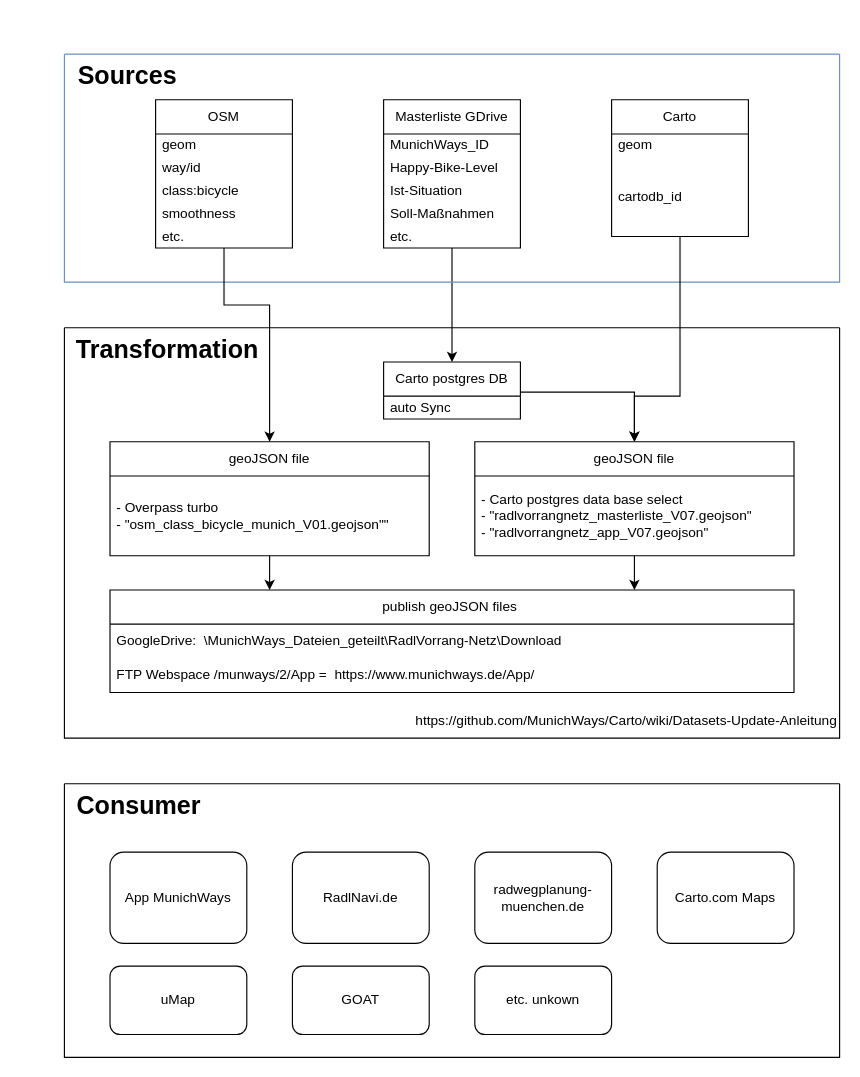
This is MunichWays-Overview.drawio from MunichWays/.github, a draw.io file, before an edit. Source tidied: cells renumbered, new cells numbered last; positions are measured from the earlier drawing's top-left corner, leaving out a move shared by most shapes. Both pictures are drawn from the tidied source at 114%, with x=0, y=0 at pixel (64, 54).
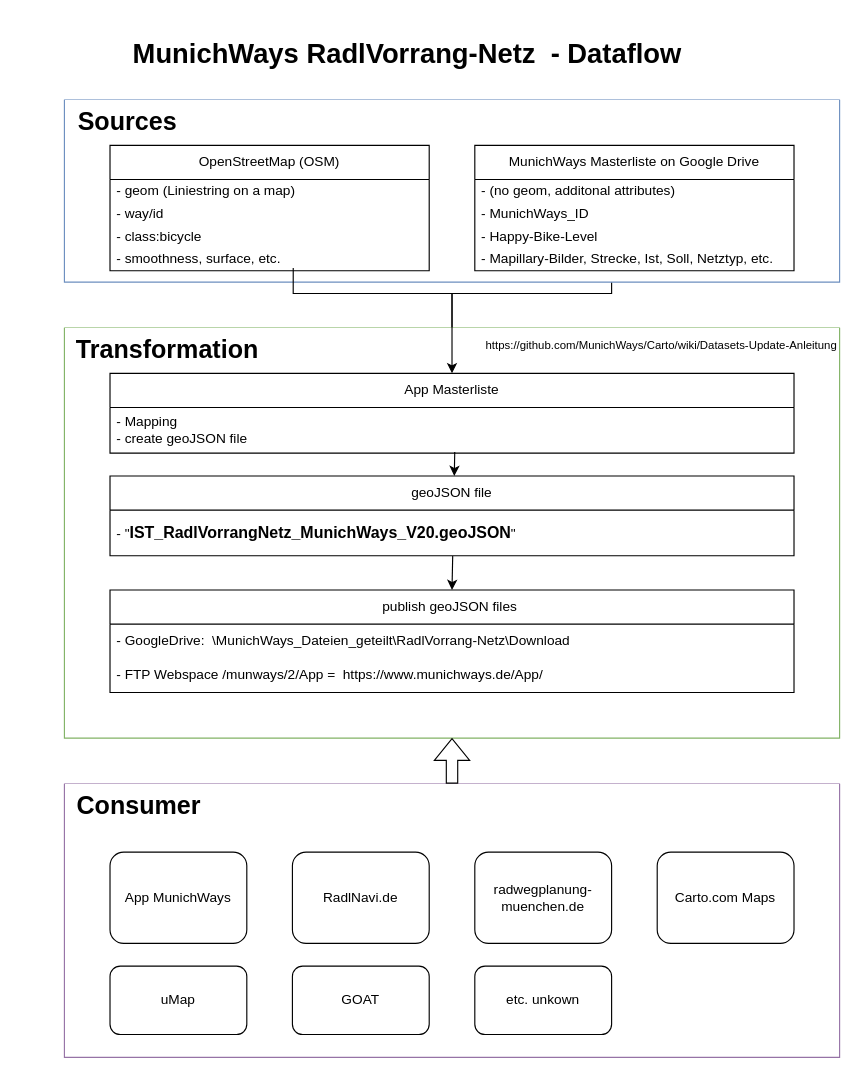
The same diagram, later.

The change refers to these unchanged cells:
```xml
<mxCell id="37" value="publish geoJSON files&amp;nbsp;" style="swimlane;fontStyle=0;horizontal=1;startSize=30;whiteSpace=wrap;html=1;" parent="29" vertex="1">
  <mxGeometry x="40" y="230" width="600" height="90" as="geometry" />
</mxCell>
```

The edit, as a diff of the source:
```diff
@@
-    <mxCell id="2" style="edgeStyle=orthogonalEdgeStyle;rounded=0;jettySize=auto;html=1;" parent="1" edge="1" source="3" target="35">
-      <mxGeometry relative="1" as="geometry" />
+    <mxCell id="2" style="edgeStyle=orthogonalEdgeStyle;rounded=0;jettySize=auto;html=1;entryX=0.5;entryY=0;entryDx=0;entryDy=0;" parent="1" edge="1" source="3" target="35">
+      <mxGeometry relative="1" as="geometry">
+        <Array as="points">
+          <mxPoint x="480" y="210" />
+          <mxPoint x="340" y="210" />
+        </Array>
+      </mxGeometry>
     </mxCell>
+    <mxCell id="9" style="swimlane;startSize=0;fillColor=#dae8fc;strokeColor=#6c8ebf;fillStyle=auto;gradientColor=none;swimlaneFillColor=default;" parent="1" vertex="1">
+      <mxGeometry y="40" width="680" height="160" as="geometry" />
+    </mxCell>
+    <mxCell id="10" value="&lt;b&gt;&lt;font style=&quot;font-size: 22px;&quot;&gt;Sources&lt;/font&gt;&lt;/b&gt;" style="text;html=1;align=center;verticalAlign=middle;strokeColor=none;fillColor=none;" parent="9" vertex="1">
+      <mxGeometry width="110" height="40" as="geometry" />
+    </mxCell>
+    <mxCell id="14" value="OpenStreetMap (OSM)" style="swimlane;fontStyle=0;horizontal=1;startSize=30;whiteSpace=wrap;html=1;" parent="9" vertex="1">
+      <mxGeometry x="40" y="40" width="280" height="110" as="geometry" />
+    </mxCell>
+    <mxCell id="15" value="- geom (Liniestring on a map)" style="text;strokeColor=none;fillColor=none;align=left;verticalAlign=middle;spacingLeft=4;spacingRight=4;overflow=hidden;whiteSpace=wrap;html=1;" parent="14" vertex="1">
+      <mxGeometry y="30" width="280" height="20" as="geometry" />
+    </mxCell>
+    <mxCell id="16" value="- way/id" style="text;strokeColor=none;fillColor=none;align=left;verticalAlign=middle;spacingLeft=4;spacingRight=4;overflow=hidden;whiteSpace=wrap;html=1;" parent="14" vertex="1">
+      <mxGeometry y="50" width="280" height="20" as="geometry" />
+    </mxCell>
+    <mxCell id="17" value="- class:bicycle" style="text;strokeColor=none;fillColor=none;align=left;verticalAlign=middle;spacingLeft=4;spacingRight=4;overflow=hidden;whiteSpace=wrap;html=1;" parent="14" vertex="1">
+      <mxGeometry y="70" width="280" height="20" as="geometry" />
+    </mxCell>
+    <mxCell id="18" value="- smoothness, surface, etc." style="text;strokeColor=none;fillColor=none;align=left;verticalAlign=middle;spacingLeft=4;spacingRight=4;overflow=hidden;points=[[0,0.5],[1,0.5]];portConstraint=eastwest;whiteSpace=wrap;html=1;" parent="14" vertex="1">
+      <mxGeometry y="90" width="280" height="20" as="geometry" />
+    </mxCell>
-    <mxCell id="3" value="Masterliste GDrive" style="swimlane;fontStyle=0;horizontal=1;startSize=30;whiteSpace=wrap;html=1;" parent="1" vertex="1">
-      <mxGeometry x="280" y="40" width="120" height="130" as="geometry" />
+    <mxCell id="3" value="MunichWays Masterliste on Google Drive" style="swimlane;fontStyle=0;horizontal=1;startSize=30;whiteSpace=wrap;html=1;" parent="9" vertex="1">
+      <mxGeometry x="360" y="40" width="280" height="110" as="geometry" />
     </mxCell>
-    <mxCell id="4" value="MunichWays_ID" style="text;strokeColor=none;fillColor=none;align=left;verticalAlign=middle;spacingLeft=4;spacingRight=4;overflow=hidden;whiteSpace=wrap;html=1;" parent="3" vertex="1">
-      <mxGeometry y="30" width="120" height="20" as="geometry" />
+    <mxCell id="4" value="- (no geom, additonal attributes)" style="text;strokeColor=none;fillColor=none;align=left;verticalAlign=middle;spacingLeft=4;spacingRight=4;overflow=hidden;whiteSpace=wrap;html=1;" parent="3" vertex="1">
+      <mxGeometry y="30" width="280" height="20" as="geometry" />
     </mxCell>
-    <mxCell id="5" value="Happy-Bike-Level" style="text;strokeColor=none;fillColor=none;align=left;verticalAlign=middle;spacingLeft=4;spacingRight=4;overflow=hidden;whiteSpace=wrap;html=1;" parent="3" vertex="1">
-      <mxGeometry y="50" width="120" height="20" as="geometry" />
+    <mxCell id="5" value="- MunichWays_ID" style="text;strokeColor=none;fillColor=none;align=left;verticalAlign=middle;spacingLeft=4;spacingRight=4;overflow=hidden;whiteSpace=wrap;html=1;" parent="3" vertex="1">
+      <mxGeometry y="50" width="280" height="20" as="geometry" />
     </mxCell>
-    <mxCell id="6" value="Ist-Situation" style="text;strokeColor=none;fillColor=none;align=left;verticalAlign=middle;spacingLeft=4;spacingRight=4;overflow=hidden;whiteSpace=wrap;html=1;" parent="3" vertex="1">
-      <mxGeometry y="70" width="120" height="20" as="geometry" />
+    <mxCell id="6" value="- Happy-Bike-Level" style="text;strokeColor=none;fillColor=none;align=left;verticalAlign=middle;spacingLeft=4;spacingRight=4;overflow=hidden;whiteSpace=wrap;html=1;" parent="3" vertex="1">
+      <mxGeometry y="70" width="280" height="20" as="geometry" />
     </mxCell>
-    <mxCell id="7" value="Soll-Maßnahmen" style="text;strokeColor=none;fillColor=none;align=left;verticalAlign=middle;spacingLeft=4;spacingRight=4;overflow=hidden;whiteSpace=wrap;html=1;" parent="3" vertex="1">
-      <mxGeometry y="90" width="120" height="20" as="geometry" />
+    <mxCell id="7" value="- Mapillary-Bilder, Strecke, Ist, Soll, Netztyp, etc." style="text;strokeColor=none;fillColor=none;align=left;verticalAlign=middle;spacingLeft=4;spacingRight=4;overflow=hidden;whiteSpace=wrap;html=1;" parent="3" vertex="1">
+      <mxGeometry y="90" width="280" height="20" as="geometry" />
     </mxCell>
-    <mxCell id="8" value="etc." style="text;strokeColor=none;fillColor=none;align=left;verticalAlign=middle;spacingLeft=4;spacingRight=4;overflow=hidden;whiteSpace=wrap;html=1;" parent="3" vertex="1">
-      <mxGeometry y="110" width="120" height="20" as="geometry" />
-    </mxCell>
-    <mxCell id="9" style="swimlane;startSize=0;fillColor=#dae8fc;strokeColor=#6c8ebf;fillStyle=auto;" parent="1" vertex="1">
-      <mxGeometry width="680" height="200" as="geometry" />
-    </mxCell>
-    <mxCell id="10" value="&lt;b&gt;&lt;font style=&quot;font-size: 22px;&quot;&gt;Sources&lt;/font&gt;&lt;/b&gt;" style="text;html=1;align=center;verticalAlign=middle;strokeColor=none;fillColor=none;" parent="9" vertex="1">
-      <mxGeometry width="110" height="40" as="geometry" />
-    </mxCell>
-    <mxCell id="11" value="Carto" style="swimlane;fontStyle=0;horizontal=1;startSize=30;whiteSpace=wrap;html=1;" parent="9" vertex="1">
-      <mxGeometry x="480" y="40" width="120" height="120" as="geometry" />
-    </mxCell>
-    <mxCell id="12" value="geom" style="text;strokeColor=none;fillColor=none;align=left;verticalAlign=middle;spacingLeft=4;spacingRight=4;overflow=hidden;whiteSpace=wrap;html=1;" parent="11" vertex="1">
-      <mxGeometry y="30" width="120" height="20" as="geometry" />
-    </mxCell>
-    <mxCell id="13" value="cartodb_id" style="text;strokeColor=none;fillColor=none;align=left;verticalAlign=middle;spacingLeft=4;spacingRight=4;overflow=hidden;whiteSpace=wrap;html=1;" parent="11" vertex="1">
-      <mxGeometry y="50" width="120" height="70" as="geometry" />
-    </mxCell>
-    <mxCell id="14" value="OSM" style="swimlane;fontStyle=0;horizontal=1;startSize=30;whiteSpace=wrap;html=1;" parent="9" vertex="1">
-      <mxGeometry x="80" y="40" width="120" height="130" as="geometry" />
-    </mxCell>
-    <mxCell id="15" value="geom" style="text;strokeColor=none;fillColor=none;align=left;verticalAlign=middle;spacingLeft=4;spacingRight=4;overflow=hidden;whiteSpace=wrap;html=1;" parent="14" vertex="1">
-      <mxGeometry y="30" width="120" height="20" as="geometry" />
-    </mxCell>
-    <mxCell id="16" value="way/id" style="text;strokeColor=none;fillColor=none;align=left;verticalAlign=middle;spacingLeft=4;spacingRight=4;overflow=hidden;whiteSpace=wrap;html=1;" parent="14" vertex="1">
-      <mxGeometry y="50" width="120" height="20" as="geometry" />
-    </mxCell>
-    <mxCell id="17" value="class:bicycle" style="text;strokeColor=none;fillColor=none;align=left;verticalAlign=middle;spacingLeft=4;spacingRight=4;overflow=hidden;whiteSpace=wrap;html=1;" parent="14" vertex="1">
-      <mxGeometry y="70" width="120" height="20" as="geometry" />
-    </mxCell>
-    <mxCell id="18" value="smoothness" style="text;strokeColor=none;fillColor=none;align=left;verticalAlign=middle;spacingLeft=4;spacingRight=4;overflow=hidden;points=[[0,0.5],[1,0.5]];portConstraint=eastwest;whiteSpace=wrap;html=1;" parent="14" vertex="1">
-      <mxGeometry y="90" width="120" height="20" as="geometry" />
-    </mxCell>
-    <mxCell id="19" value="etc." style="text;strokeColor=none;fillColor=none;align=left;verticalAlign=middle;spacingLeft=4;spacingRight=4;overflow=hidden;whiteSpace=wrap;html=1;" parent="14" vertex="1">
-      <mxGeometry y="110" width="120" height="20" as="geometry" />
-    </mxCell>
-    <mxCell id="20" style="swimlane;startSize=0;" parent="1" vertex="1">
+    <mxCell id="20" style="swimlane;startSize=0;fillColor=#e1d5e7;strokeColor=#9673a6;swimlaneFillColor=default;" parent="1" vertex="1">
       <mxGeometry y="640" width="680" height="240" as="geometry" />
     </mxCell>
@@
-    <mxCell id="29" style="swimlane;startSize=0;" parent="1" vertex="1">
+    <mxCell id="29" style="swimlane;startSize=0;fillColor=#d5e8d4;strokeColor=#82b366;swimlaneFillColor=default;" parent="1" vertex="1">
       <mxGeometry y="240" width="680" height="360" as="geometry" />
     </mxCell>
@@
     <mxCell id="31" value="geoJSON file" style="swimlane;fontStyle=0;horizontal=1;startSize=30;whiteSpace=wrap;html=1;" parent="29" vertex="1">
-      <mxGeometry x="40" y="100" width="280" height="100" as="geometry" />
+      <mxGeometry x="40" y="130" width="600" height="70" as="geometry" />
     </mxCell>
-    <mxCell id="32" value="- Overpass turbo&lt;br&gt;- &quot;osm_class_bicycle_munich_V01.geojson&quot;&quot;" style="text;strokeColor=none;fillColor=none;align=left;verticalAlign=middle;spacingLeft=4;spacingRight=4;overflow=hidden;points=[[0,0.5],[1,0.5]];portConstraint=eastwest;whiteSpace=wrap;html=1;" parent="31" vertex="1">
-      <mxGeometry y="30" width="280" height="70" as="geometry" />
+    <mxCell id="32" value="- &quot;&lt;b&gt;&lt;font style=&quot;font-size: 14px;&quot;&gt;IST_RadlVorrangNetz_MunichWays_V20.geoJSON&lt;/font&gt;&lt;/b&gt;&quot;" style="text;strokeColor=none;fillColor=none;align=left;verticalAlign=middle;spacingLeft=4;spacingRight=4;overflow=hidden;points=[[0,0.5],[1,0.5]];portConstraint=eastwest;whiteSpace=wrap;html=1;" parent="31" vertex="1">
+      <mxGeometry y="30" width="600" height="40" as="geometry" />
     </mxCell>
-    <mxCell id="33" value="https://github.com/MunichWays/Carto/wiki/Datasets-Update-Anleitung" style="text;html=1;strokeColor=none;fillColor=none;align=right;verticalAlign=middle;whiteSpace=wrap;rounded=0;" parent="29" vertex="1">
-      <mxGeometry y="330" width="680" height="30" as="geometry" />
-    </mxCell>
-    <mxCell id="34" style="edgeStyle=orthogonalEdgeStyle;rounded=0;jettySize=auto;html=1;exitX=1.003;exitY=-0.176;exitDx=0;exitDy=0;exitPerimeter=0;" parent="29" edge="1" source="36" target="40">
-      <mxGeometry relative="1" as="geometry" />
-    </mxCell>
-    <mxCell id="35" value="Carto postgres DB" style="swimlane;fontStyle=0;horizontal=1;startSize=30;whiteSpace=wrap;html=1;" parent="29" vertex="1">
-      <mxGeometry x="280" y="30" width="120" height="50" as="geometry" />
+    <mxCell id="35" value="App Masterliste" style="swimlane;fontStyle=0;horizontal=1;startSize=30;whiteSpace=wrap;html=1;" parent="29" vertex="1">
+      <mxGeometry x="40" y="40" width="600" height="70" as="geometry" />
     </mxCell>
-    <mxCell id="36" value="auto Sync" style="text;strokeColor=none;fillColor=none;align=left;verticalAlign=middle;spacingLeft=4;spacingRight=4;overflow=hidden;points=[[0,0.5],[1,0.5]];portConstraint=eastwest;whiteSpace=wrap;html=1;" parent="35" vertex="1">
-      <mxGeometry y="30" width="120" height="20" as="geometry" />
+    <mxCell id="36" value="- Mapping&lt;br&gt;- create geoJSON file" style="text;strokeColor=none;fillColor=none;align=left;verticalAlign=middle;spacingLeft=4;spacingRight=4;overflow=hidden;points=[[0,0.5],[1,0.5]];portConstraint=eastwest;whiteSpace=wrap;html=1;" parent="35" vertex="1">
+      <mxGeometry y="30" width="600" height="40" as="geometry" />
     </mxCell>
@@
-    <mxCell id="38" value="GoogleDrive:&amp;nbsp; \MunichWays_Dateien_geteilt\RadlVorrang-Netz\Download&amp;nbsp;" style="text;strokeColor=none;fillColor=none;align=left;verticalAlign=middle;spacingLeft=4;spacingRight=4;overflow=hidden;whiteSpace=wrap;html=1;" parent="37" vertex="1">
+    <mxCell id="38" value="- GoogleDrive:&amp;nbsp; \MunichWays_Dateien_geteilt\RadlVorrang-Netz\Download&amp;nbsp;" style="text;strokeColor=none;fillColor=none;align=left;verticalAlign=middle;spacingLeft=4;spacingRight=4;overflow=hidden;whiteSpace=wrap;html=1;" parent="37" vertex="1">
       <mxGeometry y="30" width="600" height="30" as="geometry" />
     </mxCell>
-    <mxCell id="39" value="FTP Webspace /munways/2/App =&amp;nbsp; https://www.munichways.de/App/&amp;nbsp;" style="text;strokeColor=none;fillColor=none;align=left;verticalAlign=middle;spacingLeft=4;spacingRight=4;overflow=hidden;whiteSpace=wrap;html=1;" parent="37" vertex="1">
+    <mxCell id="39" value="- FTP Webspace /munways/2/App =&amp;nbsp; https://www.munichways.de/App/&amp;nbsp;" style="text;strokeColor=none;fillColor=none;align=left;verticalAlign=middle;spacingLeft=4;spacingRight=4;overflow=hidden;whiteSpace=wrap;html=1;" parent="37" vertex="1">
       <mxGeometry y="60" width="600" height="30" as="geometry" />
     </mxCell>
-    <mxCell id="40" value="geoJSON file" style="swimlane;fontStyle=0;horizontal=1;startSize=30;whiteSpace=wrap;html=1;" parent="29" vertex="1">
-      <mxGeometry x="360" y="100" width="280" height="100" as="geometry" />
-    </mxCell>
-    <mxCell id="41" value="- Carto postgres data base select&lt;br&gt;- &quot;radlvorrangnetz_masterliste_V07.geojson&quot;&lt;br&gt;- &quot;radlvorrangnetz_app_V07.geojson&quot;" style="text;strokeColor=none;fillColor=none;align=left;verticalAlign=middle;spacingLeft=4;spacingRight=4;overflow=hidden;whiteSpace=wrap;html=1;" parent="40" vertex="1">
-      <mxGeometry y="30" width="280" height="70" as="geometry" />
-    </mxCell>
-    <mxCell id="42" style="edgeStyle=orthogonalEdgeStyle;rounded=0;jettySize=auto;html=1;" parent="29" edge="1" source="31">
-      <mxGeometry relative="1" as="geometry">
-        <mxPoint x="180" y="230" as="targetPoint" />
-      </mxGeometry>
-    </mxCell>
-    <mxCell id="43" style="edgeStyle=orthogonalEdgeStyle;rounded=0;jettySize=auto;html=1;" parent="29" edge="1" source="40">
-      <mxGeometry relative="1" as="geometry">
-        <mxPoint x="500" y="230" as="targetPoint" />
-      </mxGeometry>
-    </mxCell>
+    <mxCell id="47" style="endArrow=classic;html=1;rounded=0;exitX=0.504;exitY=0.975;exitDx=0;exitDy=0;exitPerimeter=0;" parent="29" edge="1" source="36">
+      <mxGeometry relative="1" as="geometry">
+        <mxPoint x="342" y="130" as="targetPoint" />
+      </mxGeometry>
+    </mxCell>
+    <mxCell id="48" style="endArrow=classic;html=1;rounded=0;exitX=0.501;exitY=1.006;exitDx=0;exitDy=0;exitPerimeter=0;entryX=0.5;entryY=0;entryDx=0;entryDy=0;" parent="29" edge="1" source="32" target="37">
+      <mxGeometry relative="1" as="geometry" />
+    </mxCell>
+    <mxCell id="33" value="&lt;font style=&quot;font-size: 10px;&quot;&gt;https://github.com/MunichWays/Carto/wiki/Datasets-Update-Anleitung&lt;/font&gt;" style="text;html=1;strokeColor=none;fillColor=none;align=right;verticalAlign=middle;whiteSpace=wrap;rounded=0;" parent="29" vertex="1">
+      <mxGeometry x="270" width="410" height="30" as="geometry" />
+    </mxCell>
@@
-    <mxCell id="45" style="edgeStyle=orthogonalEdgeStyle;rounded=0;jettySize=auto;html=1;" parent="1" edge="1" source="14" target="31">
+    <mxCell id="45" style="edgeStyle=orthogonalEdgeStyle;rounded=0;jettySize=auto;html=1;exitX=0.574;exitY=0.884;exitDx=0;exitDy=0;exitPerimeter=0;entryX=0.5;entryY=0;entryDx=0;entryDy=0;" parent="1" edge="1" source="18" target="35">
       <mxGeometry relative="1" as="geometry">
         <Array as="points">
-          <mxPoint x="140" y="220" />
-          <mxPoint x="180" y="220" />
+          <mxPoint x="201" y="210" />
+          <mxPoint x="340" y="210" />
         </Array>
       </mxGeometry>
     </mxCell>
-    <mxCell id="46" style="edgeStyle=orthogonalEdgeStyle;rounded=0;jettySize=auto;html=1;entryX=0.5;entryY=0;entryDx=0;entryDy=0;" parent="1" edge="1" source="11" target="40">
-      <mxGeometry relative="1" as="geometry">
-        <Array as="points">
-          <mxPoint x="540" y="300" />
-          <mxPoint x="500" y="300" />
-        </Array>
-      </mxGeometry>
-    </mxCell>
+    <mxCell id="49" value="&lt;h1&gt;MunichWays RadlVorrang-Netz&amp;nbsp; - Dataflow&lt;/h1&gt;" style="text;html=1;strokeColor=none;fillColor=none;spacing=5;spacingTop=-20;whiteSpace=wrap;overflow=hidden;rounded=0;align=center;" parent="1" vertex="1">
+      <mxGeometry x="-39" y="-20" width="680" height="50" as="geometry" />
+    </mxCell>
+    <mxCell id="50" style="shape=flexArrow;endArrow=classic;html=1;rounded=0;entryX=0.5;entryY=1;entryDx=0;entryDy=0;exitX=0.5;exitY=0;exitDx=0;exitDy=0;" parent="1" edge="1" source="20">
+      <mxGeometry relative="1" as="geometry">
+        <mxPoint x="340" y="600" as="targetPoint" />
+      </mxGeometry>
+    </mxCell>
```
